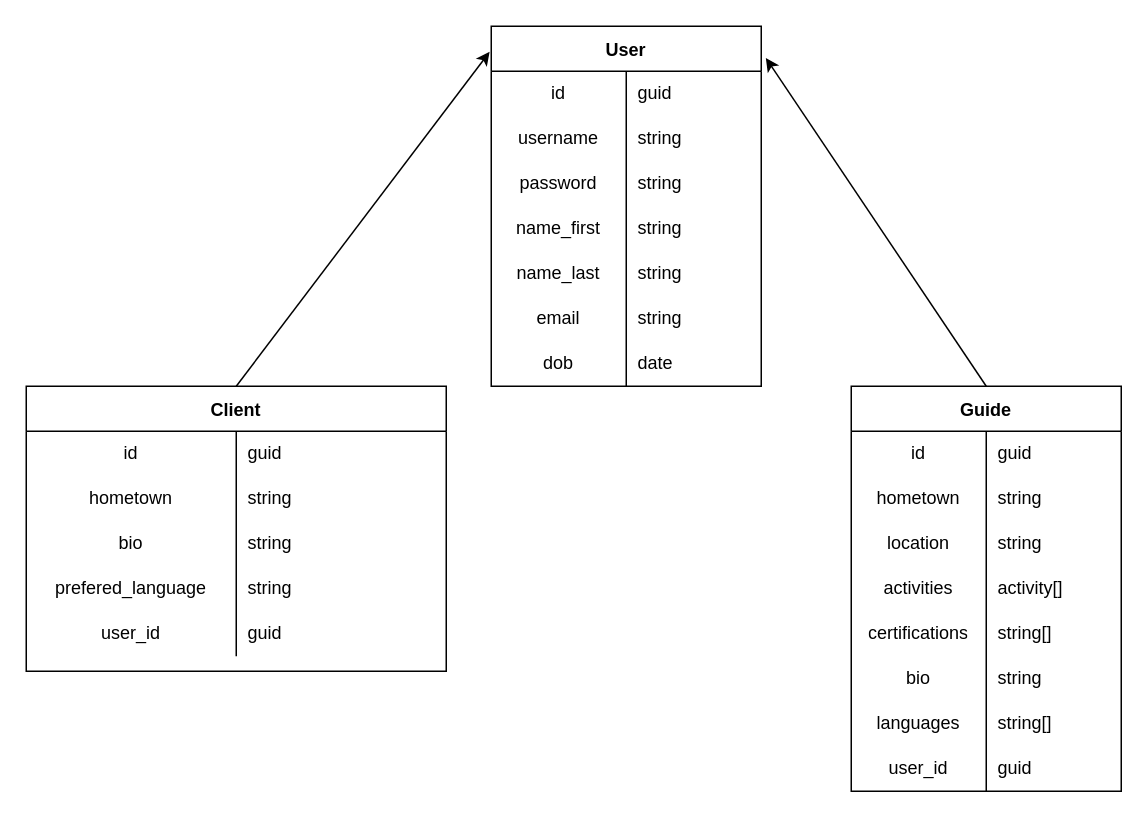
Before: thespot.drawio in Deadman-Ventures/thespot, a draw.io diagram. Source tidied: cells renumbered, new cells numbered last; positions are measured from the earlier drawing's top-left corner, leaving out a move shared by most shapes. Both pictures are drawn from the tidied source at 150%, with x=0, y=0 at pixel (26, 26).
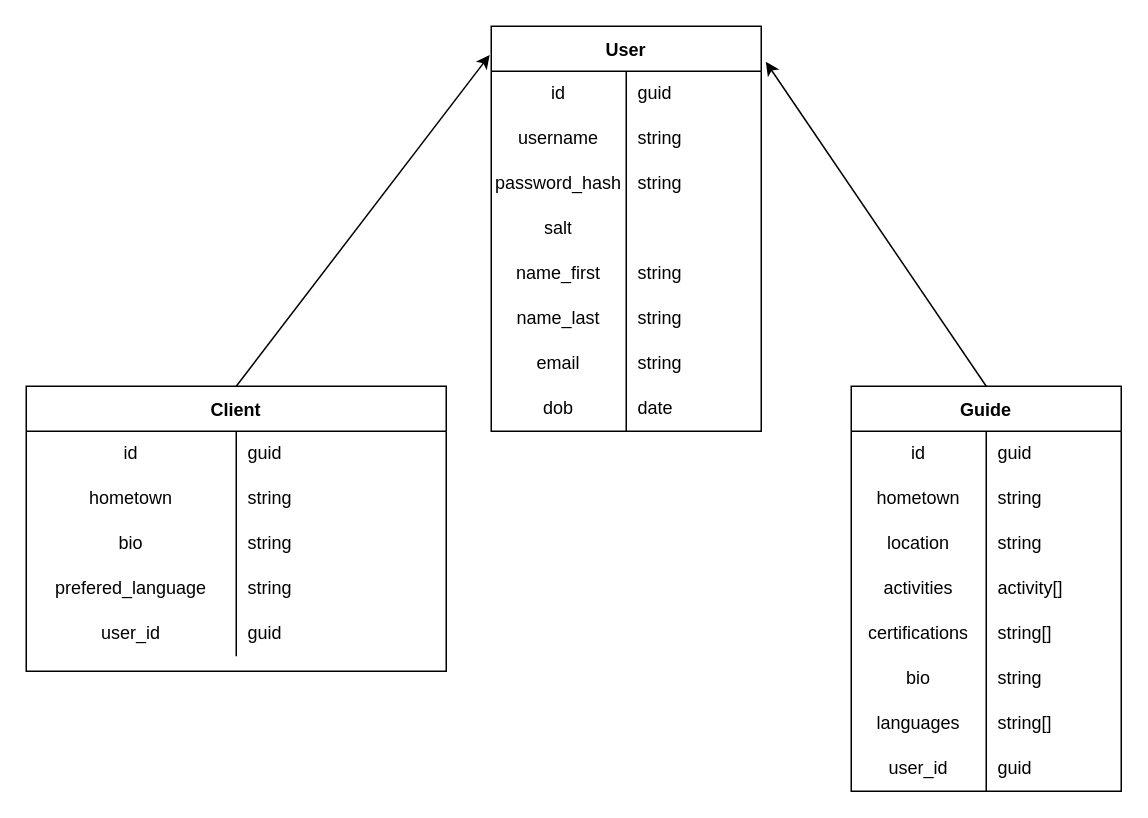
The same page after the edit.

Unchanged cells that the change refers to:
```xml
<mxCell id="9" style="shape=tableRow;horizontal=0;startSize=0;swimlaneHead=0;swimlaneBody=0;top=0;left=0;bottom=0;right=0;fillColor=none;" parent="2" vertex="1">
  <mxGeometry y="90" width="180" height="30" as="geometry" />
</mxCell>
```

Change to the diagram source:
```diff
@@
     <mxCell id="2" value="User" style="shape=table;startSize=30;childLayout=tableLayout;rowLines=0;fontStyle=1;" parent="1" vertex="1">
-      <mxGeometry x="310" width="180" height="240" as="geometry" />
+      <mxGeometry x="310" width="180" height="270" as="geometry" />
     </mxCell>
@@
-    <mxCell id="10" value="password" style="shape=partialRectangle;html=1;whiteSpace=wrap;fillColor=none;top=0;left=0;bottom=0;right=0;overflow=hidden;" parent="9" vertex="1">
+    <mxCell id="10" value="password_hash" style="shape=partialRectangle;html=1;whiteSpace=wrap;fillColor=none;top=0;left=0;bottom=0;right=0;overflow=hidden;" parent="9" vertex="1">
       <mxGeometry width="90" height="30" as="geometry" />
     </mxCell>
@@
+    <mxCell id="67" style="shape=tableRow;horizontal=0;startSize=0;swimlaneHead=0;swimlaneBody=0;top=0;left=0;bottom=0;right=0;fillColor=none;" parent="2" vertex="1">
+      <mxGeometry y="120" width="180" height="30" as="geometry" />
+    </mxCell>
+    <mxCell id="68" value="salt" style="shape=partialRectangle;html=1;whiteSpace=wrap;fillColor=none;top=0;left=0;bottom=0;right=0;overflow=hidden;" parent="67" vertex="1">
+      <mxGeometry width="90" height="30" as="geometry" />
+    </mxCell>
+    <mxCell id="69" style="shape=partialRectangle;html=1;whiteSpace=wrap;fillColor=none;top=0;left=0;bottom=0;right=0;align=left;spacingLeft=6;overflow=hidden;" parent="67" vertex="1">
+      <mxGeometry x="90" width="90" height="30" as="geometry" />
+    </mxCell>
     <mxCell id="12" style="shape=tableRow;horizontal=0;startSize=0;swimlaneHead=0;swimlaneBody=0;top=0;left=0;bottom=0;right=0;fillColor=none;" parent="2" vertex="1">
-      <mxGeometry y="120" width="180" height="30" as="geometry" />
+      <mxGeometry y="150" width="180" height="30" as="geometry" />
     </mxCell>
@@
     <mxCell id="15" style="shape=tableRow;horizontal=0;startSize=0;swimlaneHead=0;swimlaneBody=0;top=0;left=0;bottom=0;right=0;fillColor=none;" parent="2" vertex="1">
-      <mxGeometry y="150" width="180" height="30" as="geometry" />
+      <mxGeometry y="180" width="180" height="30" as="geometry" />
     </mxCell>
@@
     <mxCell id="18" style="shape=tableRow;horizontal=0;startSize=0;swimlaneHead=0;swimlaneBody=0;top=0;left=0;bottom=0;right=0;fillColor=none;" parent="2" vertex="1">
-      <mxGeometry y="180" width="180" height="30" as="geometry" />
+      <mxGeometry y="210" width="180" height="30" as="geometry" />
     </mxCell>
@@
     <mxCell id="21" style="shape=tableRow;horizontal=0;startSize=0;swimlaneHead=0;swimlaneBody=0;top=0;left=0;bottom=0;right=0;fillColor=none;" parent="2" vertex="1">
-      <mxGeometry y="210" width="180" height="30" as="geometry" />
+      <mxGeometry y="240" width="180" height="30" as="geometry" />
     </mxCell>
```
